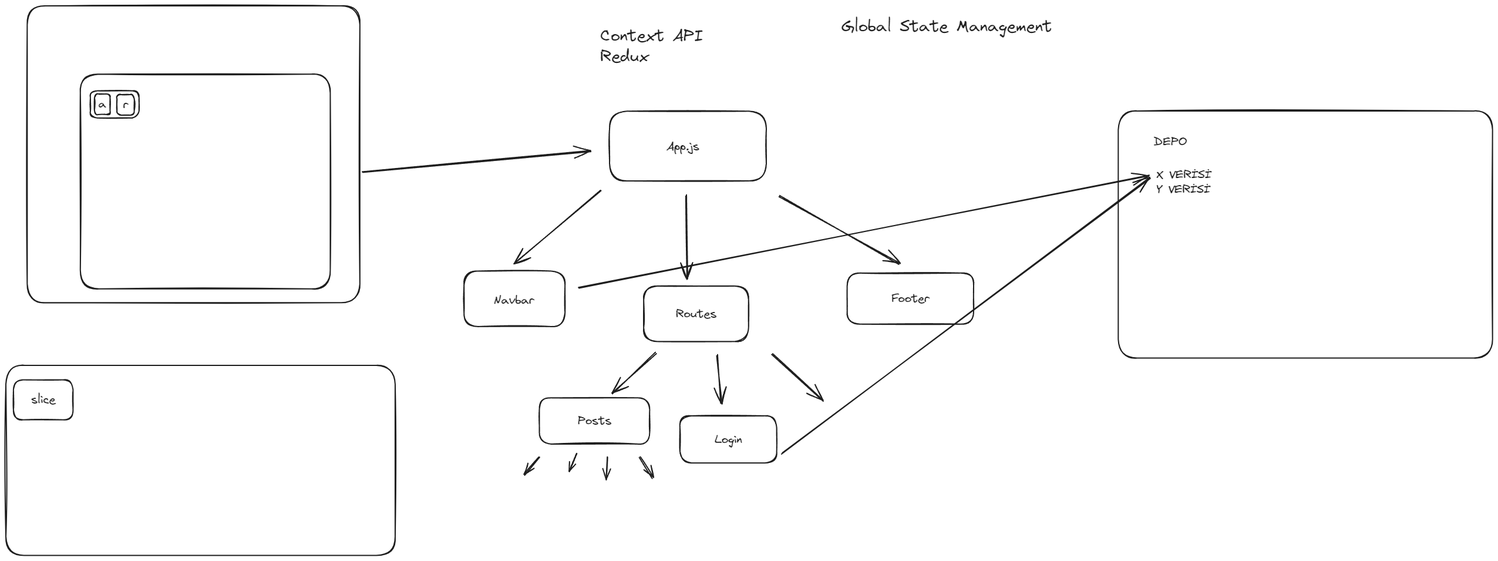
This is demo.excalidraw.png from halitkalayci/tobeto-1c-starter, a Excalidraw export, as it was before one commit. Source tidied: one line per element, renumbered; positions are measured from the earlier drawing's top-left corner, leaving out a move shared by most shapes.
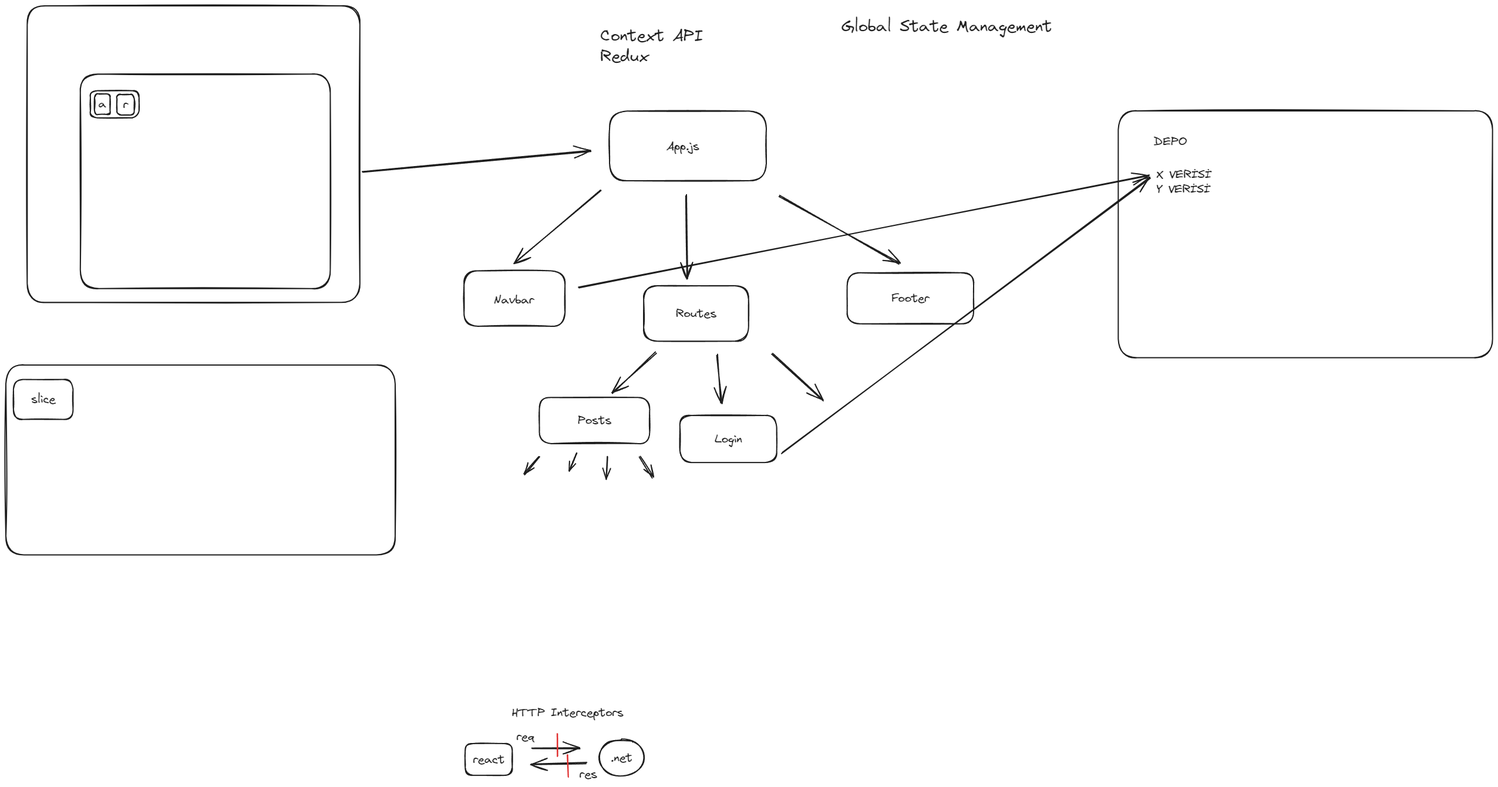
Above is the later version.

Commit message:
axios interceptors

The edit, as a diff of the source:
```diff
@@ -38,3 +38,14 @@
 {"id": 37, "type": "rectangle", "strokeColor": "#1e1e1e", "strokeWidth": 2, "roughness": 1, "round": true, "x": 0, "y": 612, "width": 663, "height": 324}
 {"id": 38, "type": "rectangle", "strokeColor": "#1e1e1e", "strokeWidth": 2, "roughness": 1, "round": true, "x": 13, "y": 637, "width": 102, "height": 68}
 {"id": 39, "type": "text", "text": "slice", "strokeColor": "#1e1e1e", "strokeWidth": 2, "roughness": 1, "fontSize": 20, "fontFamily": 1, "textAlign": "center", "verticalAlign": "middle", "inside": 38, "x": 43, "y": 658, "width": 41, "height": 25}
+{"id": 40, "type": "text", "text": "HTTP Interceptors", "strokeColor": "#1e1e1e", "strokeWidth": 2, "roughness": 1, "fontSize": 20, "fontFamily": 1, "x": 862, "y": 1192, "width": 190, "height": 25}
+{"id": 41, "type": "rectangle", "strokeColor": "#1e1e1e", "strokeWidth": 2, "roughness": 1, "round": true, "x": 782, "y": 1257, "width": 80, "height": 54}
+{"id": 42, "type": "text", "text": "react", "strokeColor": "#1e1e1e", "strokeWidth": 2, "roughness": 1, "fontSize": 20, "fontFamily": 1, "textAlign": "center", "verticalAlign": "middle", "inside": 41, "x": 795, "y": 1272, "width": 54, "height": 25}
+{"id": 43, "type": "arrow", "strokeColor": "#1e1e1e", "strokeWidth": 2, "roughness": 1, "endArrowhead": "arrow", "round": true, "from": 47, "x": 897, "y": 1265, "width": 81, "height": 0, "points": [[0, 0], [81, 0]]}
+{"id": 44, "type": "ellipse", "strokeColor": "#1e1e1e", "strokeWidth": 2, "roughness": 1, "round": true, "x": 1010, "y": 1250, "width": 77, "height": 62}
+{"id": 45, "type": "text", "text": ".net", "strokeColor": "#1e1e1e", "strokeWidth": 2, "roughness": 1, "fontSize": 20, "fontFamily": 1, "textAlign": "center", "verticalAlign": "middle", "inside": 44, "x": 1030, "y": 1269, "width": 37, "height": 25}
+{"id": 46, "type": "arrow", "strokeColor": "#1e1e1e", "strokeWidth": 2, "roughness": 1, "endArrowhead": "arrow", "round": true, "from": 48, "x": 989, "y": 1290, "width": 95, "height": 3, "points": [[0, 0], [-95, 3]]}
+{"id": 47, "type": "text", "text": "req", "strokeColor": "#1e1e1e", "strokeWidth": 2, "roughness": 1, "fontSize": 20, "fontFamily": 1, "x": 869, "y": 1233, "width": 30, "height": 25}
+{"id": 48, "type": "text", "text": "res", "strokeColor": "#1e1e1e", "strokeWidth": 2, "roughness": 1, "fontSize": 20, "fontFamily": 1, "x": 977, "y": 1297, "width": 30, "height": 25}
+{"id": 49, "type": "line", "strokeColor": "#e03131", "strokeWidth": 2, "roughness": 1, "round": true, "x": 939, "y": 1241, "width": 1, "height": 38, "points": [[0, 0], [1, 38]]}
+{"id": 50, "type": "line", "strokeColor": "#e03131", "strokeWidth": 2, "roughness": 1, "round": true, "x": 957, "y": 1276, "width": 1, "height": 38, "points": [[0, 0], [1, 38]]}
```
